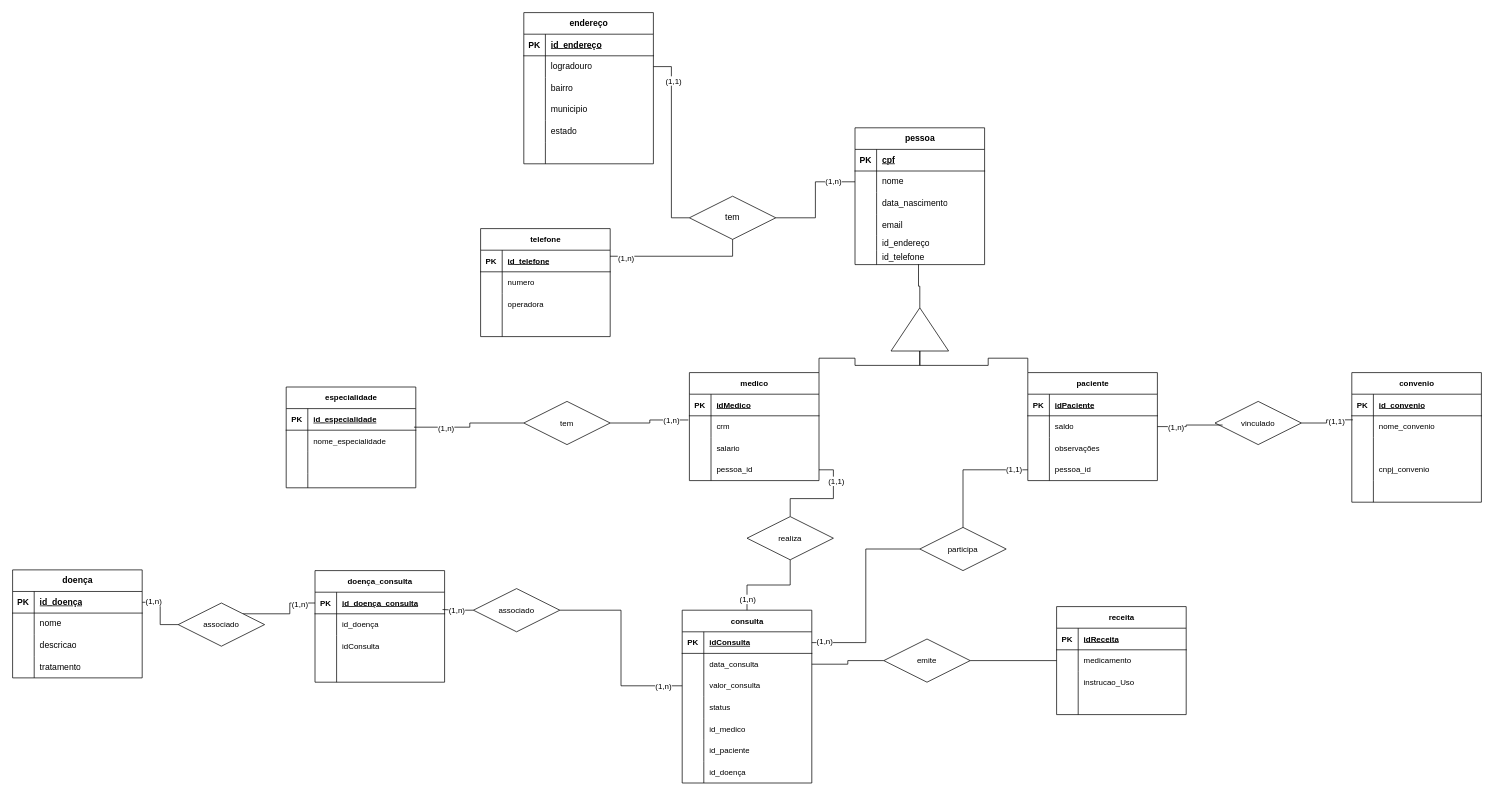
This is clinica.drawio from bbrtbr/BancoDadosClinica-CRUD, a draw.io file, before an edit. Source tidied: cells renumbered, new cells numbered last; positions are measured from the earlier drawing's top-left corner, leaving out a move shared by most shapes. Both pictures are drawn from the tidied source at 72%, with x=0, y=0 at pixel (12, 12).
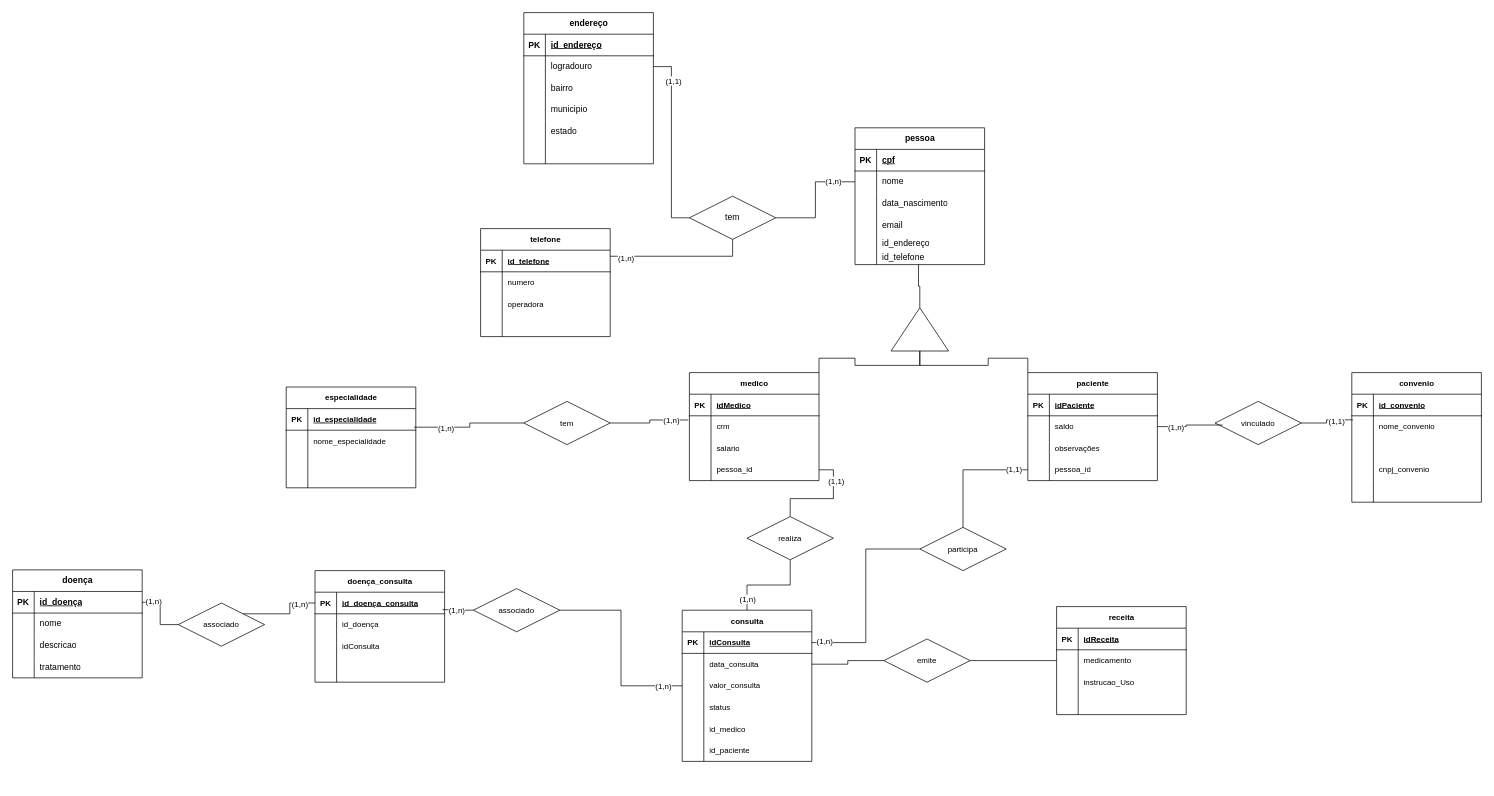
The same page after the edit.

Diff of the diagram source:
```diff
@@
     <mxCell id="91" value="consulta" style="shape=table;startSize=30;childLayout=tableLayout;rowLines=0;fontStyle=1;align=center;html=1;fontFamily=Helvetica;fontSize=11;fontColor=default;" parent="1" vertex="1">
-      <mxGeometry x="930" y="830" width="180" height="240" as="geometry" />
+      <mxGeometry x="930" y="830" width="180" height="210" as="geometry" />
     </mxCell>
@@
-    <mxCell id="110" style="shape=tableRow;horizontal=0;startSize=0;swimlaneHead=0;swimlaneBody=0;fillColor=none;top=0;left=0;right=0;bottom=0;fontFamily=Helvetica;fontSize=11;fontColor=default;" parent="91" vertex="1">
-      <mxGeometry y="210" width="180" height="30" as="geometry" />
-    </mxCell>
-    <mxCell id="111" style="shape=partialRectangle;fillColor=none;top=0;left=0;bottom=0;right=0;overflow=hidden;whiteSpace=wrap;html=1;fontFamily=Helvetica;fontSize=11;fontColor=default;" parent="110" vertex="1">
-      <mxGeometry width="30" height="30" as="geometry" />
-    </mxCell>
-    <mxCell id="112" value="id_doença" style="shape=partialRectangle;fillColor=none;top=0;left=0;bottom=0;right=0;align=left;spacingLeft=6;overflow=hidden;whiteSpace=wrap;html=1;fontFamily=Helvetica;fontSize=11;fontColor=default;" parent="110" vertex="1">
-      <mxGeometry x="30" width="150" height="30" as="geometry" />
-    </mxCell>
```
